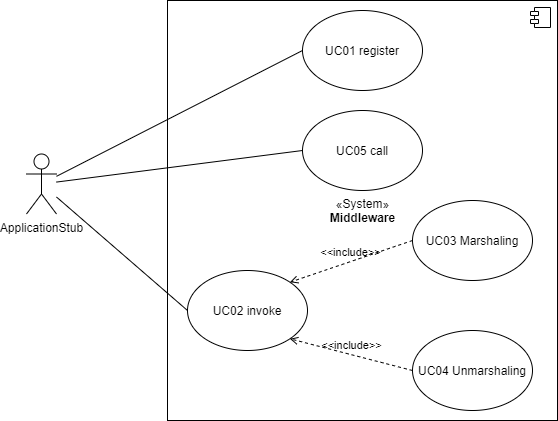
Before: Doku/images/middleware_fachlicher_trontext.png, a diagram exported from draw.io (KjellooMelloo/gameoftrons). Source tidied: cells renumbered, new cells last; positions are measured from the earlier drawing's top-left corner, leaving out a move shared by most shapes.
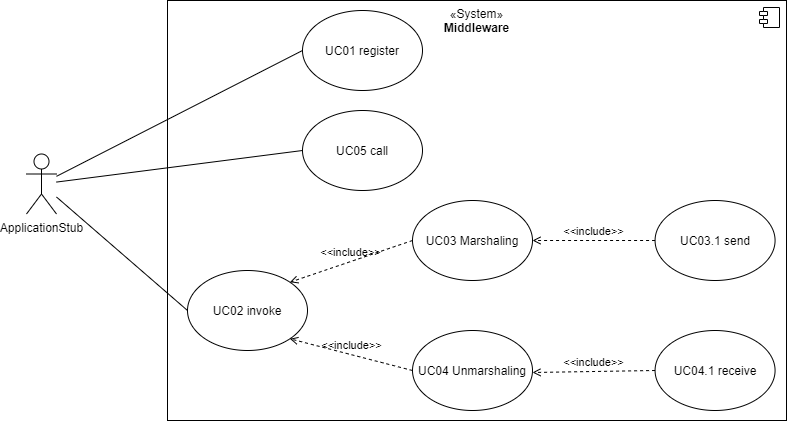
After the commit.

What changed in the source:
```diff
@@ -2,8 +2,8 @@
   <root>
     <mxCell id="0" />
     <mxCell id="1" parent="0" />
-    <mxCell id="2" value="«System»&lt;br&gt;&lt;b&gt;Middleware&lt;/b&gt;" style="html=1;" parent="1" vertex="1">
-      <mxGeometry x="141" width="390" height="420" as="geometry" />
+    <mxCell id="2" value="«System»&lt;br&gt;&lt;b&gt;Middleware&lt;/b&gt;" style="html=1;verticalAlign=top;" parent="1" vertex="1">
+      <mxGeometry x="141" width="619" height="420" as="geometry" />
     </mxCell>
     <mxCell id="3" style="shape=component;jettyWidth=8;jettyHeight=4;" parent="2" vertex="1">
       <mxGeometry x="1" width="20" height="20" relative="1" as="geometry">
@@ -43,5 +43,21 @@
     <mxCell id="14" value="UC05 call" style="ellipse;whiteSpace=wrap;html=1;" parent="1" vertex="1">
       <mxGeometry x="276" y="110" width="120" height="80" as="geometry" />
     </mxCell>
+    <mxCell id="15" value="UC03.1 send" style="ellipse;whiteSpace=wrap;html=1;" parent="1" vertex="1">
+      <mxGeometry x="628.6" y="200" width="120" height="80" as="geometry" />
+    </mxCell>
+    <mxCell id="16" value="&amp;lt;&amp;lt;include&amp;gt;&amp;gt;" style="edgeStyle=none;html=1;endArrow=open;verticalAlign=bottom;dashed=1;labelBackgroundColor=none;exitX=0;exitY=0.5;exitDx=0;exitDy=0;" parent="1" edge="1" source="15">
+      <mxGeometry relative="1" as="geometry">
+        <mxPoint x="506" y="240" as="targetPoint" />
+      </mxGeometry>
+    </mxCell>
+    <mxCell id="17" value="UC04.1 receive" style="ellipse;whiteSpace=wrap;html=1;" parent="1" vertex="1">
+      <mxGeometry x="628.6" y="330" width="120" height="80" as="geometry" />
+    </mxCell>
+    <mxCell id="18" value="&amp;lt;&amp;lt;include&amp;gt;&amp;gt;" style="edgeStyle=none;html=1;endArrow=open;verticalAlign=bottom;dashed=1;labelBackgroundColor=none;exitX=0;exitY=0.5;exitDx=0;exitDy=0;" parent="1" edge="1" source="17">
+      <mxGeometry relative="1" as="geometry">
+        <mxPoint x="506" y="372" as="targetPoint" />
+      </mxGeometry>
+    </mxCell>
   </root>
 </mxGraphModel>
```
